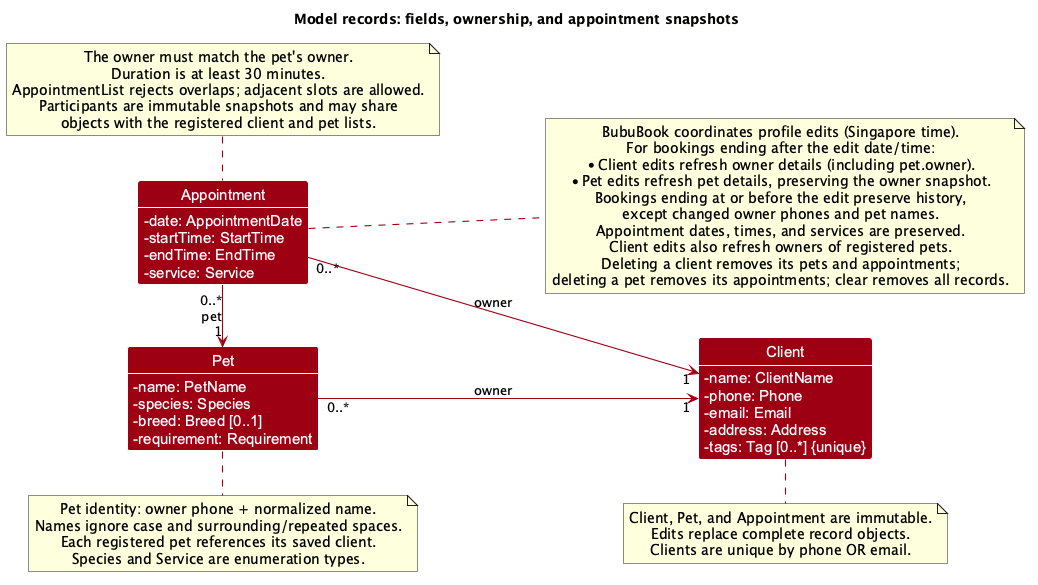
This is docs/images/BetterModelClassDiagram.png from 0218hy/tp, a PlantUML export, as it was before one commit.
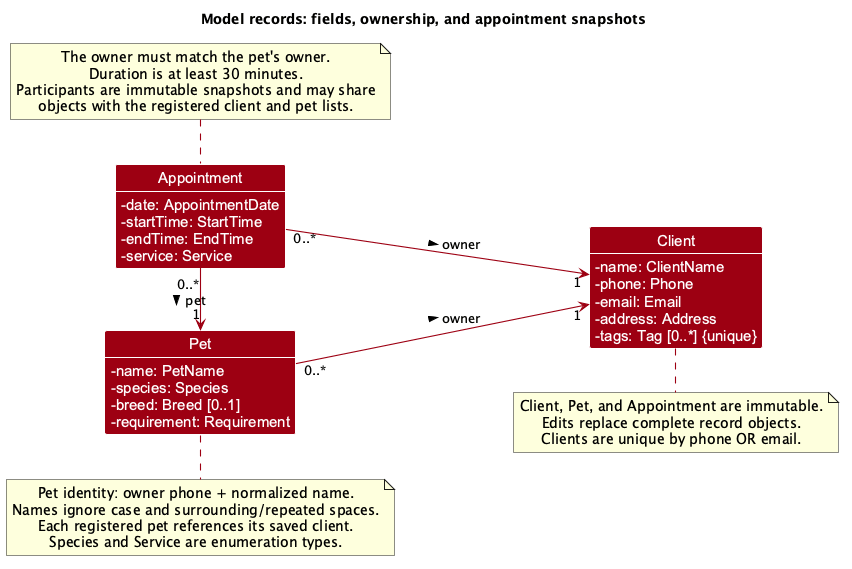
After the change.

Commit message:
Refine class diagrams for model component in DG

The edit, as a diff of the source:
```diff
@@ -49,9 +49,9 @@
     - service: Service
 }
 
-Appointment "0..*" -right-> "1" Pet : pet
-Pet "0..*" -right-> "1" Client : owner
-Appointment "0..*" --> "1" Client : owner
+Appointment "0..*" -right-> "1" Pet : pet >
+Pet "0..*" -right-> "1" Client : owner >
+Appointment "0..*" --> "1" Client : owner >
 
 note bottom of Client
   Client, Pet, and Appointment are immutable.
@@ -69,22 +69,8 @@
 note top of Appointment
   The owner must match the pet's owner.
   Duration is at least 30 minutes.
-  AppointmentList rejects overlaps; adjacent slots are allowed.
   Participants are immutable snapshots and may share
   objects with the registered client and pet lists.
 end note
 
-note as UpdatePolicy
-  BubuBook coordinates profile edits (Singapore time).
-  For bookings ending after the edit date/time:
-  * Client edits refresh owner details (including pet.owner).
-  * Pet edits refresh pet details, preserving the owner snapshot.
-  Bookings ending at or before the edit preserve history,
-  except changed owner phones and pet names.
-  Appointment dates, times, and services are preserved.
-  Client edits also refresh owners of registered pets.
-  Deleting a client removes its pets and appointments;
-  deleting a pet removes its appointments; clear removes all records.
-end note
-Appointment .. UpdatePolicy
 @enduml
```
